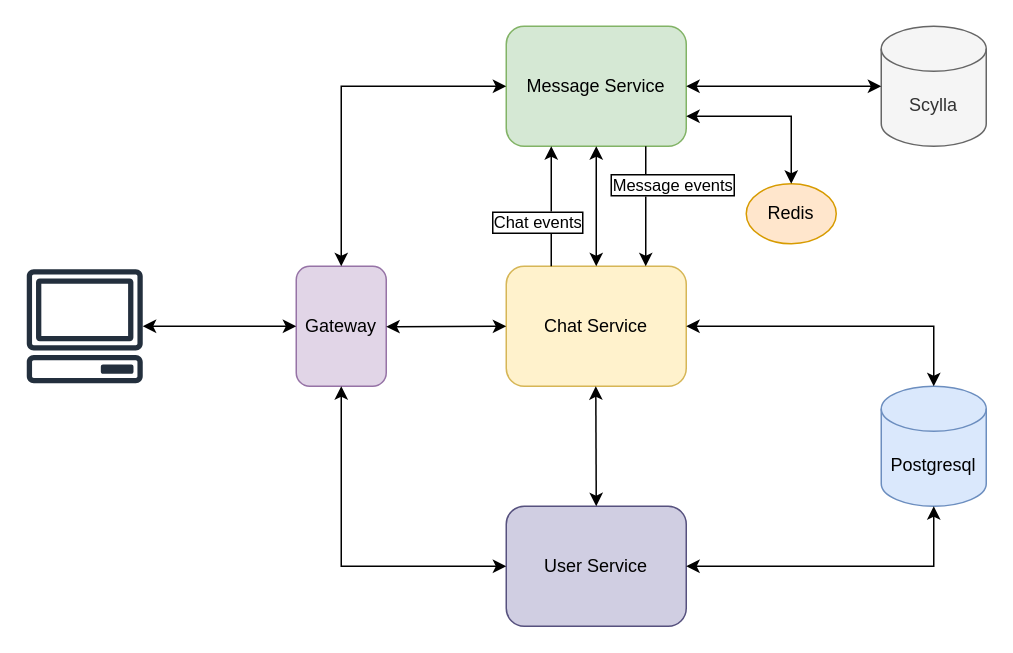
Earlier version of the draw.io diagram page "Strona-1" (1 of 4) of architecture.drawio (Kuba072002/social-service). Source tidied: cells renumbered, new cells numbered last; positions are measured from the earlier drawing's top-left corner, leaving out a move shared by most shapes. Both pictures are drawn from the tidied source at 150%, with x=0, y=0 at pixel (26, 26).
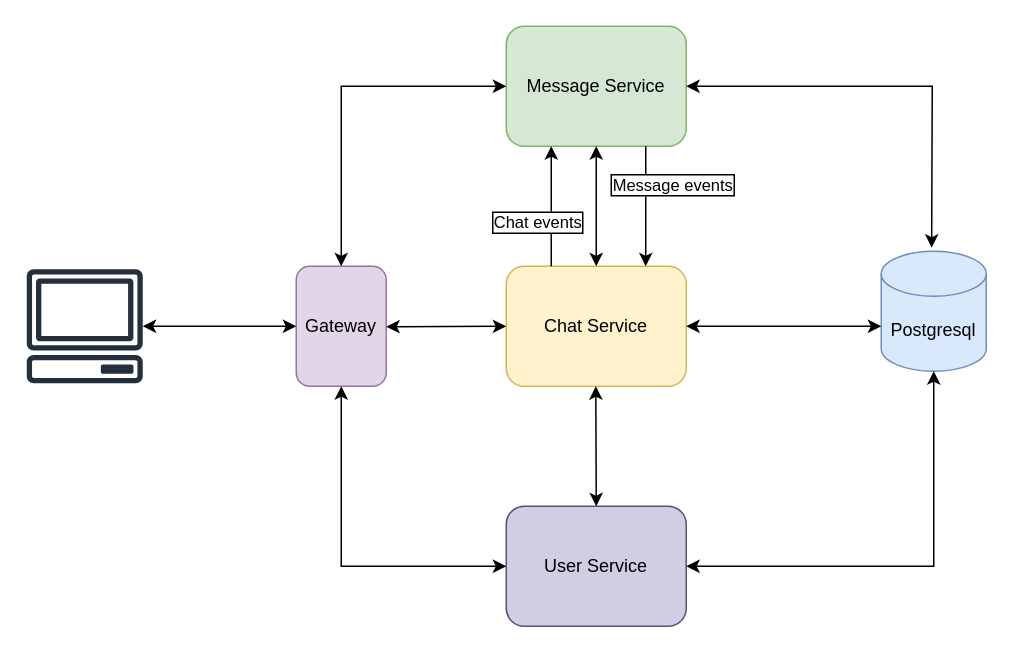
The same page after the edit.

Unchanged cells that the change refers to:
```xml
<mxCell id="2" value="Message Service" style="rounded=1;whiteSpace=wrap;html=1;fillColor=#d5e8d4;strokeColor=#82b366;" parent="1" vertex="1">
  <mxGeometry x="320" width="120" height="80" as="geometry" />
</mxCell>
<mxCell id="3" value="Chat Service" style="rounded=1;whiteSpace=wrap;html=1;fillColor=#fff2cc;strokeColor=#d6b656;" parent="1" vertex="1">
  <mxGeometry x="320" y="160" width="120" height="80" as="geometry" />
</mxCell>
```

What changed in the source:
```diff
@@
     <mxCell id="5" value="Postgresql" style="shape=cylinder3;whiteSpace=wrap;html=1;boundedLbl=1;backgroundOutline=1;size=15;fillColor=#dae8fc;strokeColor=#6c8ebf;" parent="1" vertex="1">
-      <mxGeometry x="570" y="240" width="70" height="80" as="geometry" />
+      <mxGeometry x="570" y="150" width="70" height="80" as="geometry" />
     </mxCell>
-    <mxCell id="6" value="Scylla" style="shape=cylinder3;whiteSpace=wrap;html=1;boundedLbl=1;backgroundOutline=1;size=15;fillColor=#f5f5f5;strokeColor=#666666;fontColor=#333333;" parent="1" vertex="1">
-      <mxGeometry x="570" width="70" height="80" as="geometry" />
-    </mxCell>
@@
-    <mxCell id="12" style="endArrow=classic;startArrow=classic;html=1;rounded=0;exitX=1;exitY=0.5;exitDx=0;exitDy=0;entryX=0.5;entryY=0;entryDx=0;entryDy=0;entryPerimeter=0;" parent="1" edge="1" source="3" target="5">
+    <mxCell id="12" style="endArrow=classic;startArrow=classic;html=1;rounded=0;exitX=1;exitY=0.5;exitDx=0;exitDy=0;" parent="1" edge="1" source="3">
       <mxGeometry relative="1" as="geometry">
-        <Array as="points">
-          <mxPoint x="605" y="200" />
-        </Array>
+        <mxPoint x="570" y="200" as="targetPoint" />
       </mxGeometry>
     </mxCell>
@@
-    <mxCell id="14" style="endArrow=classic;startArrow=classic;html=1;rounded=0;exitX=1;exitY=0.5;exitDx=0;exitDy=0;entryX=0;entryY=0.5;entryDx=0;entryDy=0;entryPerimeter=0;" parent="1" edge="1" source="2" target="6">
-      <mxGeometry relative="1" as="geometry" />
+    <mxCell id="14" style="endArrow=classic;startArrow=classic;html=1;rounded=0;exitX=1;exitY=0.5;exitDx=0;exitDy=0;entryX=0.48;entryY=-0.03;entryDx=0;entryDy=0;entryPerimeter=0;" parent="1" edge="1" source="2" target="5">
+      <mxGeometry relative="1" as="geometry">
+        <Array as="points">
+          <mxPoint x="604" y="40" />
+        </Array>
+      </mxGeometry>
     </mxCell>
@@
-    <mxCell id="16" value="Redis" style="ellipse;whiteSpace=wrap;html=1;fillColor=#ffe6cc;strokeColor=#d79b00;" parent="1" vertex="1">
-      <mxGeometry x="480" y="105" width="60" height="40" as="geometry" />
-    </mxCell>
-    <mxCell id="17" style="endArrow=classic;startArrow=classic;html=1;rounded=0;exitX=1;exitY=0.75;exitDx=0;exitDy=0;entryX=0.5;entryY=0;entryDx=0;entryDy=0;" parent="1" edge="1" source="2" target="16">
-      <mxGeometry relative="1" as="geometry">
-        <Array as="points">
-          <mxPoint x="510" y="60" />
-        </Array>
-      </mxGeometry>
-    </mxCell>
```
